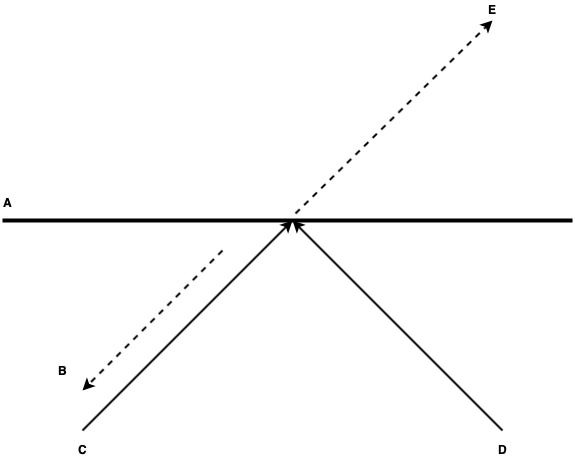
Earlier version of the draw.io export graphics/mirror_z.png (PhilGeek/timaeus). Source tidied: cells renumbered, new cells last; positions are measured from the earlier drawing's top-left corner, leaving out a move shared by most shapes. Its diagram source:
```xml
<mxGraphModel>
  <root>
    <mxCell id="0" />
    <mxCell id="1" parent="0" />
    <mxCell id="2" style="endArrow=none;html=1;strokeWidth=4;" parent="1" edge="1">
      <mxGeometry relative="1" as="geometry">
        <mxPoint x="1" y="220" as="sourcePoint" />
        <mxPoint x="571" y="220" as="targetPoint" />
      </mxGeometry>
    </mxCell>
    <mxCell id="3" style="endArrow=classic;html=1;strokeWidth=2;" parent="1" edge="1">
      <mxGeometry relative="1" as="geometry">
        <mxPoint x="81" y="430" as="sourcePoint" />
        <mxPoint x="291" y="220" as="targetPoint" />
      </mxGeometry>
    </mxCell>
    <mxCell id="4" style="endArrow=classic;html=1;strokeWidth=2;" parent="1" edge="1">
      <mxGeometry relative="1" as="geometry">
        <mxPoint x="501" y="430" as="sourcePoint" />
        <mxPoint x="291" y="220" as="targetPoint" />
      </mxGeometry>
    </mxCell>
    <mxCell id="5" style="endArrow=classic;html=1;strokeWidth=2;dashed=1;" parent="1" edge="1">
      <mxGeometry relative="1" as="geometry">
        <mxPoint x="221" y="250" as="sourcePoint" />
        <mxPoint x="81" y="390" as="targetPoint" />
      </mxGeometry>
    </mxCell>
    <mxCell id="6" value="&lt;b&gt;A&lt;/b&gt;" style="text;html=1;align=left;verticalAlign=top;spacingTop=-4;" parent="1" vertex="1">
      <mxGeometry y="193" width="20" height="20" as="geometry" />
    </mxCell>
    <mxCell id="7" value="&lt;b&gt;B&lt;/b&gt;" style="text;html=1;align=left;verticalAlign=top;spacingTop=-4;" parent="1" vertex="1">
      <mxGeometry x="55" y="361" width="20" height="20" as="geometry" />
    </mxCell>
    <mxCell id="8" value="&lt;b&gt;C&lt;/b&gt;" style="text;html=1;align=left;verticalAlign=top;spacingTop=-4;" parent="1" vertex="1">
      <mxGeometry x="75" y="440" width="20" height="20" as="geometry" />
    </mxCell>
    <mxCell id="9" value="&lt;b&gt;D&lt;/b&gt;" style="text;html=1;align=left;verticalAlign=top;spacingTop=-4;" parent="1" vertex="1">
      <mxGeometry x="495" y="440" width="20" height="20" as="geometry" />
    </mxCell>
    <mxCell id="10" value="&lt;b&gt;E&lt;/b&gt;" style="text;html=1;align=left;verticalAlign=top;spacingTop=-4;" parent="1" vertex="1">
      <mxGeometry x="485" width="20" height="20" as="geometry" />
    </mxCell>
    <mxCell id="11" style="endArrow=classic;html=1;strokeWidth=2;dashed=1;" parent="1" edge="1">
      <mxGeometry relative="1" as="geometry">
        <mxPoint x="294" y="213" as="sourcePoint" />
        <mxPoint x="491" y="20" as="targetPoint" />
      </mxGeometry>
    </mxCell>
  </root>
</mxGraphModel>
```
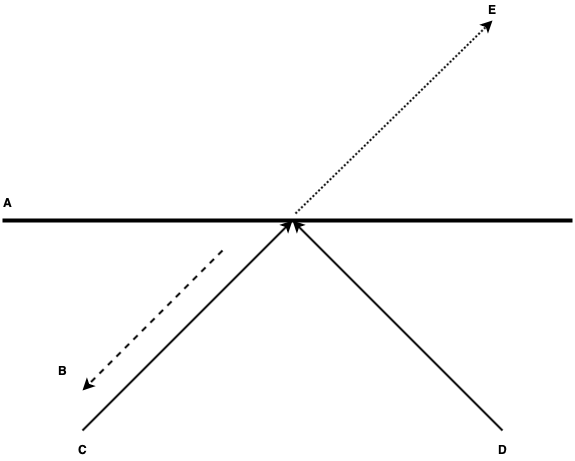
The same diagram one commit later.

What changed in the source:
```diff
@@ -41,7 +41,7 @@
     <mxCell id="10" value="&lt;b&gt;E&lt;/b&gt;" style="text;html=1;align=left;verticalAlign=top;spacingTop=-4;" parent="1" vertex="1">
       <mxGeometry x="485" width="20" height="20" as="geometry" />
     </mxCell>
-    <mxCell id="11" style="endArrow=classic;html=1;strokeWidth=2;dashed=1;" parent="1" edge="1">
+    <mxCell id="11" style="endArrow=classic;html=1;strokeWidth=2;dashed=1;dashPattern=1 1;" parent="1" edge="1">
       <mxGeometry relative="1" as="geometry">
         <mxPoint x="294" y="213" as="sourcePoint" />
         <mxPoint x="491" y="20" as="targetPoint" />
```
